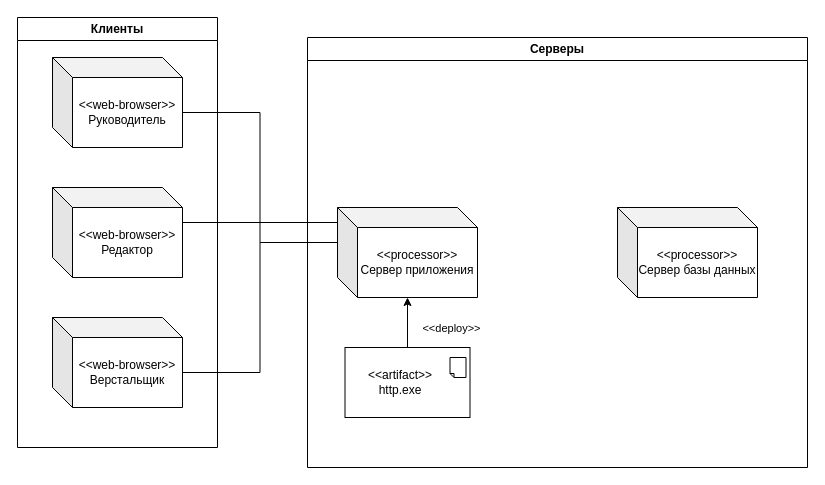
This is prac7.drawio from danaddi/draw.io, a draw.io file, before an edit. Source tidied: cells renumbered, new cells numbered last; positions are measured from the earlier drawing's top-left corner, leaving out a move shared by most shapes. Both pictures are drawn from the tidied source at 100%, with x=0, y=0 at pixel (17, 17).
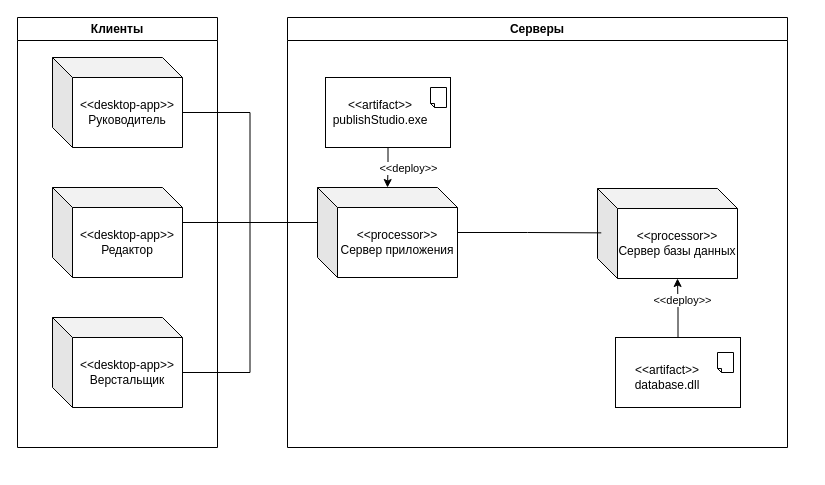
Above is the later version.

The change refers to these unchanged cells:
```xml
<mxCell id="2" value="Клиенты" style="swimlane;whiteSpace=wrap;html=1;" parent="1" vertex="1">
  <mxGeometry width="200" height="430" as="geometry" />
</mxCell>
<mxCell id="7" value="&amp;lt;&amp;lt;processor&amp;gt;&amp;gt;&lt;div&gt;Сервер приложения&lt;/div&gt;" style="shape=cube;whiteSpace=wrap;html=1;boundedLbl=1;backgroundOutline=1;darkOpacity=0.05;darkOpacity2=0.1;" parent="6" vertex="1">
  <mxGeometry x="30" y="170" width="140" height="90" as="geometry" />
</mxCell>
```

The edit, as a diff of the source:
```diff
@@
-    <mxCell id="3" value="&amp;lt;&amp;lt;web-browser&amp;gt;&amp;gt;&lt;div&gt;Руководитель&lt;/div&gt;" style="shape=cube;whiteSpace=wrap;html=1;boundedLbl=1;backgroundOutline=1;darkOpacity=0.05;darkOpacity2=0.1;" parent="2" vertex="1">
+    <mxCell id="3" value="&amp;lt;&amp;lt;desktop-app&amp;gt;&amp;gt;&lt;div&gt;Руководитель&lt;/div&gt;" style="shape=cube;whiteSpace=wrap;html=1;boundedLbl=1;backgroundOutline=1;darkOpacity=0.05;darkOpacity2=0.1;" parent="2" vertex="1">
       <mxGeometry x="35" y="40" width="130" height="90" as="geometry" />
     </mxCell>
-    <mxCell id="4" value="&amp;lt;&amp;lt;web-browser&amp;gt;&amp;gt;&lt;div&gt;Редактор&lt;/div&gt;" style="shape=cube;whiteSpace=wrap;html=1;boundedLbl=1;backgroundOutline=1;darkOpacity=0.05;darkOpacity2=0.1;" parent="2" vertex="1">
+    <mxCell id="4" value="&amp;lt;&amp;lt;desktop-app&amp;gt;&amp;gt;&lt;div&gt;Редактор&lt;/div&gt;" style="shape=cube;whiteSpace=wrap;html=1;boundedLbl=1;backgroundOutline=1;darkOpacity=0.05;darkOpacity2=0.1;" parent="2" vertex="1">
       <mxGeometry x="35" y="170" width="130" height="90" as="geometry" />
     </mxCell>
-    <mxCell id="5" value="&amp;lt;&amp;lt;web-browser&amp;gt;&amp;gt;&lt;div&gt;Верстальщик&lt;/div&gt;" style="shape=cube;whiteSpace=wrap;html=1;boundedLbl=1;backgroundOutline=1;darkOpacity=0.05;darkOpacity2=0.1;" parent="2" vertex="1">
+    <mxCell id="5" value="&amp;lt;&amp;lt;desktop-app&amp;gt;&amp;gt;&lt;div&gt;Верстальщик&lt;/div&gt;" style="shape=cube;whiteSpace=wrap;html=1;boundedLbl=1;backgroundOutline=1;darkOpacity=0.05;darkOpacity2=0.1;" parent="2" vertex="1">
       <mxGeometry x="35" y="300" width="130" height="90" as="geometry" />
     </mxCell>
     <mxCell id="6" value="Серверы" style="swimlane;whiteSpace=wrap;html=1;" parent="1" vertex="1">
-      <mxGeometry x="290" y="20" width="500" height="430" as="geometry" />
+      <mxGeometry x="270" width="500" height="430" as="geometry" />
     </mxCell>
@@
     <mxCell id="8" value="&amp;lt;&amp;lt;processor&amp;gt;&amp;gt;&lt;div&gt;Сервер базы данных&lt;/div&gt;" style="shape=cube;whiteSpace=wrap;html=1;boundedLbl=1;backgroundOutline=1;darkOpacity=0.05;darkOpacity2=0.1;" parent="6" vertex="1">
-      <mxGeometry x="310" y="170" width="140" height="90" as="geometry" />
+      <mxGeometry x="310" y="171" width="140" height="90" as="geometry" />
     </mxCell>
-    <mxCell id="9" style="edgeStyle=orthogonalEdgeStyle;rounded=0;jettySize=auto;html=1;" parent="6" edge="1" source="11" target="7">
+    <mxCell id="9" style="edgeStyle=orthogonalEdgeStyle;rounded=0;jettySize=auto;html=1;entryX=0;entryY=0;entryDx=80;entryDy=90;entryPerimeter=0;" parent="6" edge="1" source="11" target="8">
       <mxGeometry relative="1" as="geometry" />
     </mxCell>
     <mxCell id="10" value="&amp;lt;&amp;lt;deploy&amp;gt;&amp;gt;" style="edgeLabel;html=1;align=center;verticalAlign=middle;" parent="9" vertex="1">
-      <mxGeometry x="0.27" y="-4" relative="1" as="geometry">
-        <mxPoint x="39" y="12" as="offset" />
-      </mxGeometry>
+      <mxGeometry x="0.27" y="-4" relative="1" as="geometry" />
     </mxCell>
     <mxCell id="11" value="&lt;span style=&quot;color: rgba(0, 0, 0, 0); font-family: monospace; font-size: 0px; text-align: start; text-wrap-mode: nowrap;&quot;&gt;&amp;lt;&amp;lt;&lt;/span&gt;" style="html=1;whiteSpace=wrap;" parent="6" vertex="1">
-      <mxGeometry x="37.5" y="310" width="125" height="70" as="geometry" />
+      <mxGeometry x="328" y="320" width="125" height="70" as="geometry" />
     </mxCell>
     <mxCell id="12" style="shape=note;whiteSpace=wrap;html=1;backgroundOutline=1;darkOpacity=0.05;size=4;rotation=-180;flipV=0;" parent="6" vertex="1">
-      <mxGeometry x="142.5" y="320" width="16" height="20" as="geometry" />
+      <mxGeometry x="430" y="335" width="16" height="20" as="geometry" />
     </mxCell>
-    <mxCell id="13" value="&amp;lt;&amp;lt;artifact&amp;gt;&amp;gt;&lt;div&gt;http.exe&lt;/div&gt;" style="text;html=1;whiteSpace=wrap;strokeColor=none;fillColor=none;align=center;verticalAlign=middle;rounded=0;" parent="6" vertex="1">
-      <mxGeometry x="62.5" y="330" width="60" height="30" as="geometry" />
+    <mxCell id="13" value="&amp;lt;&amp;lt;artifact&amp;gt;&amp;gt;&lt;div&gt;database.dll&lt;/div&gt;" style="text;html=1;whiteSpace=wrap;strokeColor=none;fillColor=none;align=center;verticalAlign=middle;rounded=0;" parent="6" vertex="1">
+      <mxGeometry x="350" y="345" width="60" height="30" as="geometry" />
     </mxCell>
+    <mxCell id="17" style="edgeStyle=orthogonalEdgeStyle;rounded=0;jettySize=auto;html=1;" parent="6" edge="1" source="18" target="7">
+      <mxGeometry relative="1" as="geometry" />
+    </mxCell>
+    <mxCell id="18" value="&lt;span style=&quot;color: rgba(0, 0, 0, 0); font-family: monospace; font-size: 0px; text-align: start; text-wrap-mode: nowrap;&quot;&gt;&amp;lt;&amp;lt;&lt;/span&gt;" style="html=1;whiteSpace=wrap;" parent="6" vertex="1">
+      <mxGeometry x="38" y="60" width="125" height="70" as="geometry" />
+    </mxCell>
+    <mxCell id="19" style="shape=note;whiteSpace=wrap;html=1;backgroundOutline=1;darkOpacity=0.05;size=4;rotation=-180;flipV=0;" parent="6" vertex="1">
+      <mxGeometry x="143" y="70" width="16" height="20" as="geometry" />
+    </mxCell>
+    <mxCell id="20" value="&amp;lt;&amp;lt;artifact&amp;gt;&amp;gt;&lt;div&gt;publishStudio.exe&lt;/div&gt;" style="text;html=1;whiteSpace=wrap;strokeColor=none;fillColor=none;align=center;verticalAlign=middle;rounded=0;" parent="6" vertex="1">
+      <mxGeometry x="63" y="80" width="60" height="30" as="geometry" />
+    </mxCell>
+    <mxCell id="21" value="&amp;lt;&amp;lt;deploy&amp;gt;&amp;gt;" style="edgeLabel;html=1;align=center;verticalAlign=middle;" parent="6" vertex="1">
+      <mxGeometry x="120" y="150" as="geometry" />
+    </mxCell>
+    <mxCell id="22" style="edgeStyle=orthogonalEdgeStyle;rounded=0;jettySize=auto;html=1;entryX=0.027;entryY=0.493;entryDx=0;entryDy=0;entryPerimeter=0;endArrow=none;endFill=0;" parent="6" edge="1" source="7" target="8">
+      <mxGeometry relative="1" as="geometry" />
+    </mxCell>
```
